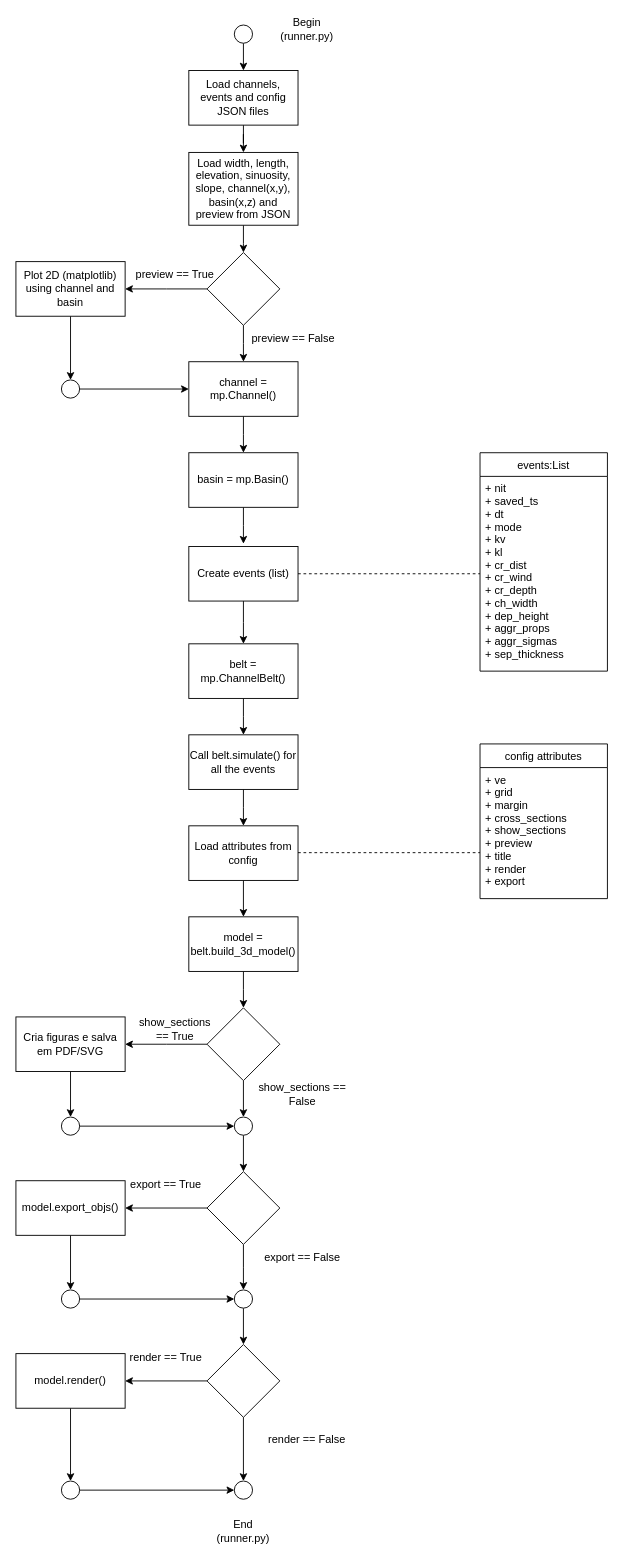
The draw.io diagram page "meanderpy-activity" (3 of 3) of meanderpy/documentation/meanderpy-diagrams.drawio in Manuel-Research-Group/meanderpy, before the edit. Source tidied: cells renumbered, new cells numbered last; positions are measured from the earlier drawing's top-left corner, leaving out a move shared by most shapes. Both pictures are drawn from the tidied source at 91%, with x=0, y=0 at pixel (15, 15).
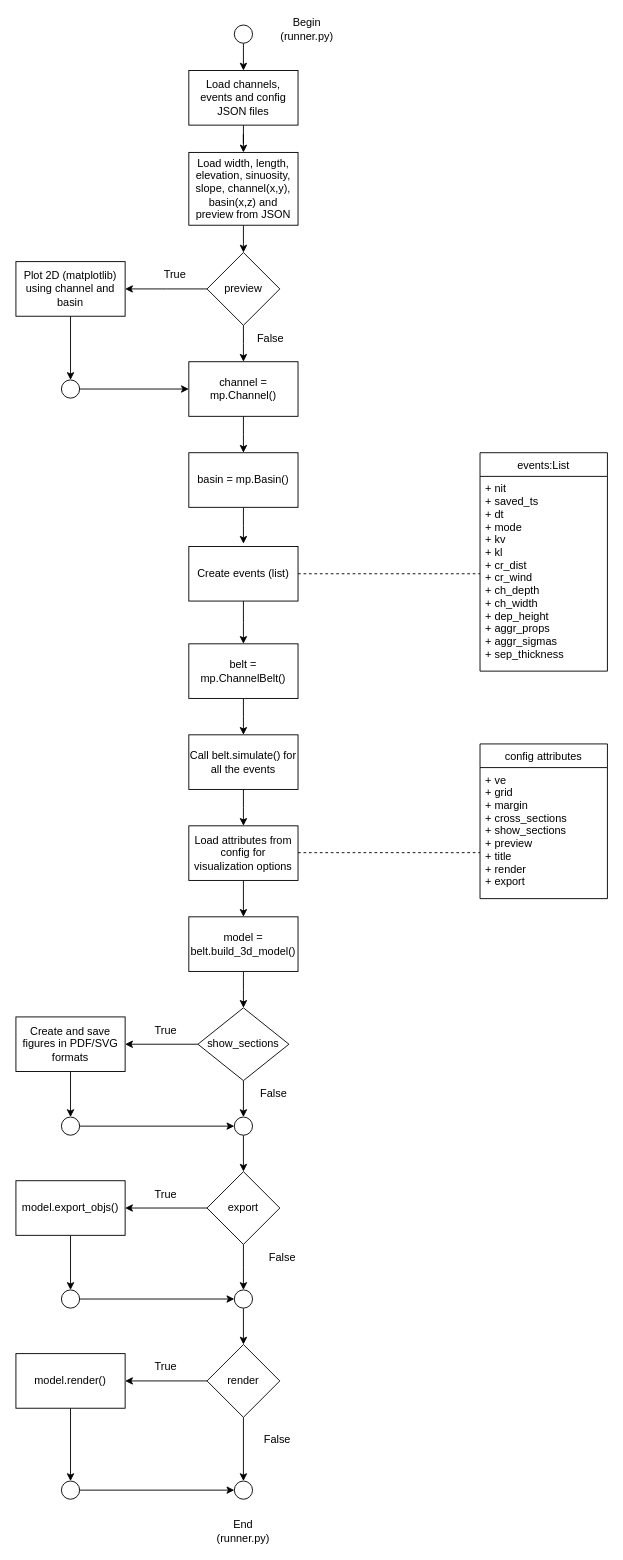
The same page after the edit.

Unchanged cells that the change refers to:
```xml
<mxCell id="24" value="events:List" style="swimlane;fontStyle=0;horizontal=1;startSize=26;fillColor=none;" parent="1" vertex="1">
  <mxGeometry x="510" y="480" width="140" height="240" as="geometry" />
</mxCell>
```

Diff of the diagram source:
```diff
@@
-    <mxCell id="11" style="rhombus;whiteSpace=wrap;html=1;" parent="1" vertex="1">
+    <mxCell id="11" value="preview" style="rhombus;whiteSpace=wrap;html=1;" parent="1" vertex="1">
       <mxGeometry x="210" y="260" width="80" height="80" as="geometry" />
     </mxCell>
-    <mxCell id="12" value="preview == False" style="text;html=1;strokeColor=none;fillColor=none;align=center;verticalAlign=middle;whiteSpace=wrap;rounded=0;" parent="1" vertex="1">
-      <mxGeometry x="250" y="340" width="110" height="30" as="geometry" />
+    <mxCell id="12" value="False" style="text;html=1;strokeColor=none;fillColor=none;align=center;verticalAlign=middle;whiteSpace=wrap;rounded=0;" parent="1" vertex="1">
+      <mxGeometry x="250" y="340" width="60" height="30" as="geometry" />
     </mxCell>
-    <mxCell id="13" value="preview == True" style="text;html=1;strokeColor=none;fillColor=none;align=center;verticalAlign=middle;whiteSpace=wrap;rounded=0;" parent="1" vertex="1">
-      <mxGeometry x="130" y="269" width="90" height="30" as="geometry" />
+    <mxCell id="13" value="True" style="text;html=1;strokeColor=none;fillColor=none;align=center;verticalAlign=middle;whiteSpace=wrap;rounded=0;" parent="1" vertex="1">
+      <mxGeometry x="130" y="270" width="90" height="30" as="geometry" />
     </mxCell>
@@
-    <mxCell id="25" value="+ nit&#10;+ saved_ts&#10;+ dt&#10;+ mode&#10;+ kv&#10;+ kl&#10;+ cr_dist&#10;+ cr_wind&#10;+ cr_depth&#10;+ ch_width&#10;+ dep_height&#10;+ aggr_props&#10;+ aggr_sigmas&#10;+ sep_thickness" style="text;strokeColor=none;fillColor=none;align=left;verticalAlign=top;spacingLeft=4;spacingRight=4;overflow=hidden;points=[[0,0.5],[1,0.5]];portConstraint=eastwest;" parent="24" vertex="1">
+    <mxCell id="25" value="+ nit&#10;+ saved_ts&#10;+ dt&#10;+ mode&#10;+ kv&#10;+ kl&#10;+ cr_dist&#10;+ cr_wind&#10;+ ch_depth&#10;+ ch_width&#10;+ dep_height&#10;+ aggr_props&#10;+ aggr_sigmas&#10;+ sep_thickness" style="text;strokeColor=none;fillColor=none;align=left;verticalAlign=top;spacingLeft=4;spacingRight=4;overflow=hidden;points=[[0,0.5],[1,0.5]];portConstraint=eastwest;" parent="24" vertex="1">
       <mxGeometry y="26" width="140" height="214" as="geometry" />
     </mxCell>
@@
-    <mxCell id="32" value="Load attributes from config" style="rounded=0;whiteSpace=wrap;html=1;" parent="1" vertex="1">
+    <mxCell id="32" value="Load attributes from config for visualization options" style="rounded=0;whiteSpace=wrap;html=1;" parent="1" vertex="1">
       <mxGeometry x="190" y="890" width="120" height="60" as="geometry" />
     </mxCell>
@@
-    <mxCell id="40" style="rhombus;whiteSpace=wrap;html=1;" parent="1" vertex="1">
-      <mxGeometry x="210" y="1090" width="80" height="80" as="geometry" />
+    <mxCell id="40" value="show_sections" style="rhombus;whiteSpace=wrap;html=1;" parent="1" vertex="1">
+      <mxGeometry x="200" y="1090" width="100" height="80" as="geometry" />
     </mxCell>
-    <mxCell id="41" value="show_sections == False" style="text;html=1;strokeColor=none;fillColor=none;align=center;verticalAlign=middle;whiteSpace=wrap;rounded=0;" parent="1" vertex="1">
-      <mxGeometry x="260" y="1170" width="110" height="30" as="geometry" />
+    <mxCell id="41" value="False" style="text;html=1;strokeColor=none;fillColor=none;align=center;verticalAlign=middle;whiteSpace=wrap;rounded=0;" parent="1" vertex="1">
+      <mxGeometry x="250" y="1170" width="67" height="30" as="geometry" />
     </mxCell>
-    <mxCell id="42" value="show_sections == True" style="text;html=1;strokeColor=none;fillColor=none;align=center;verticalAlign=middle;whiteSpace=wrap;rounded=0;" parent="1" vertex="1">
-      <mxGeometry x="130" y="1099" width="90" height="30" as="geometry" />
+    <mxCell id="42" value="True" style="text;html=1;strokeColor=none;fillColor=none;align=center;verticalAlign=middle;whiteSpace=wrap;rounded=0;" parent="1" vertex="1">
+      <mxGeometry x="120" y="1100" width="90" height="30" as="geometry" />
     </mxCell>
@@
-    <mxCell id="44" value="Cria figuras e salva em PDF/SVG" style="rounded=0;whiteSpace=wrap;html=1;" parent="1" vertex="1">
+    <mxCell id="44" value="Create and save figures in PDF/SVG formats" style="rounded=0;whiteSpace=wrap;html=1;" parent="1" vertex="1">
       <mxGeometry y="1100" width="120" height="60" as="geometry" />
     </mxCell>
@@
-    <mxCell id="47" style="rhombus;whiteSpace=wrap;html=1;" parent="1" vertex="1">
+    <mxCell id="47" value="export" style="rhombus;whiteSpace=wrap;html=1;" parent="1" vertex="1">
       <mxGeometry x="210" y="1270" width="80" height="80" as="geometry" />
     </mxCell>
@@
-    <mxCell id="52" value="export == False" style="text;html=1;strokeColor=none;fillColor=none;align=center;verticalAlign=middle;whiteSpace=wrap;rounded=0;" parent="1" vertex="1">
-      <mxGeometry x="260" y="1350" width="110" height="30" as="geometry" />
+    <mxCell id="52" value="False" style="text;html=1;strokeColor=none;fillColor=none;align=center;verticalAlign=middle;whiteSpace=wrap;rounded=0;" parent="1" vertex="1">
+      <mxGeometry x="263" y="1350" width="60" height="30" as="geometry" />
     </mxCell>
-    <mxCell id="53" value="export == True" style="text;html=1;strokeColor=none;fillColor=none;align=center;verticalAlign=middle;whiteSpace=wrap;rounded=0;" parent="1" vertex="1">
-      <mxGeometry x="120" y="1270" width="90" height="30" as="geometry" />
+    <mxCell id="53" value="True" style="text;html=1;strokeColor=none;fillColor=none;align=center;verticalAlign=middle;whiteSpace=wrap;rounded=0;" parent="1" vertex="1">
+      <mxGeometry x="120" y="1280" width="90" height="30" as="geometry" />
     </mxCell>
@@
-    <mxCell id="58" style="rhombus;whiteSpace=wrap;html=1;" parent="1" vertex="1">
+    <mxCell id="58" value="render" style="rhombus;whiteSpace=wrap;html=1;" parent="1" vertex="1">
       <mxGeometry x="210" y="1460" width="80" height="80" as="geometry" />
     </mxCell>
-    <mxCell id="59" value="render == False" style="text;html=1;strokeColor=none;fillColor=none;align=center;verticalAlign=middle;whiteSpace=wrap;rounded=0;" parent="1" vertex="1">
-      <mxGeometry x="265" y="1550" width="110" height="30" as="geometry" />
+    <mxCell id="59" value="False" style="text;html=1;strokeColor=none;fillColor=none;align=center;verticalAlign=middle;whiteSpace=wrap;rounded=0;" parent="1" vertex="1">
+      <mxGeometry x="250" y="1550" width="75" height="30" as="geometry" />
     </mxCell>
-    <mxCell id="60" value="render == True" style="text;html=1;strokeColor=none;fillColor=none;align=center;verticalAlign=middle;whiteSpace=wrap;rounded=0;" parent="1" vertex="1">
-      <mxGeometry x="120" y="1460" width="90" height="30" as="geometry" />
+    <mxCell id="60" value="True" style="text;html=1;strokeColor=none;fillColor=none;align=center;verticalAlign=middle;whiteSpace=wrap;rounded=0;" parent="1" vertex="1">
+      <mxGeometry x="120" y="1470" width="90" height="30" as="geometry" />
     </mxCell>
```
